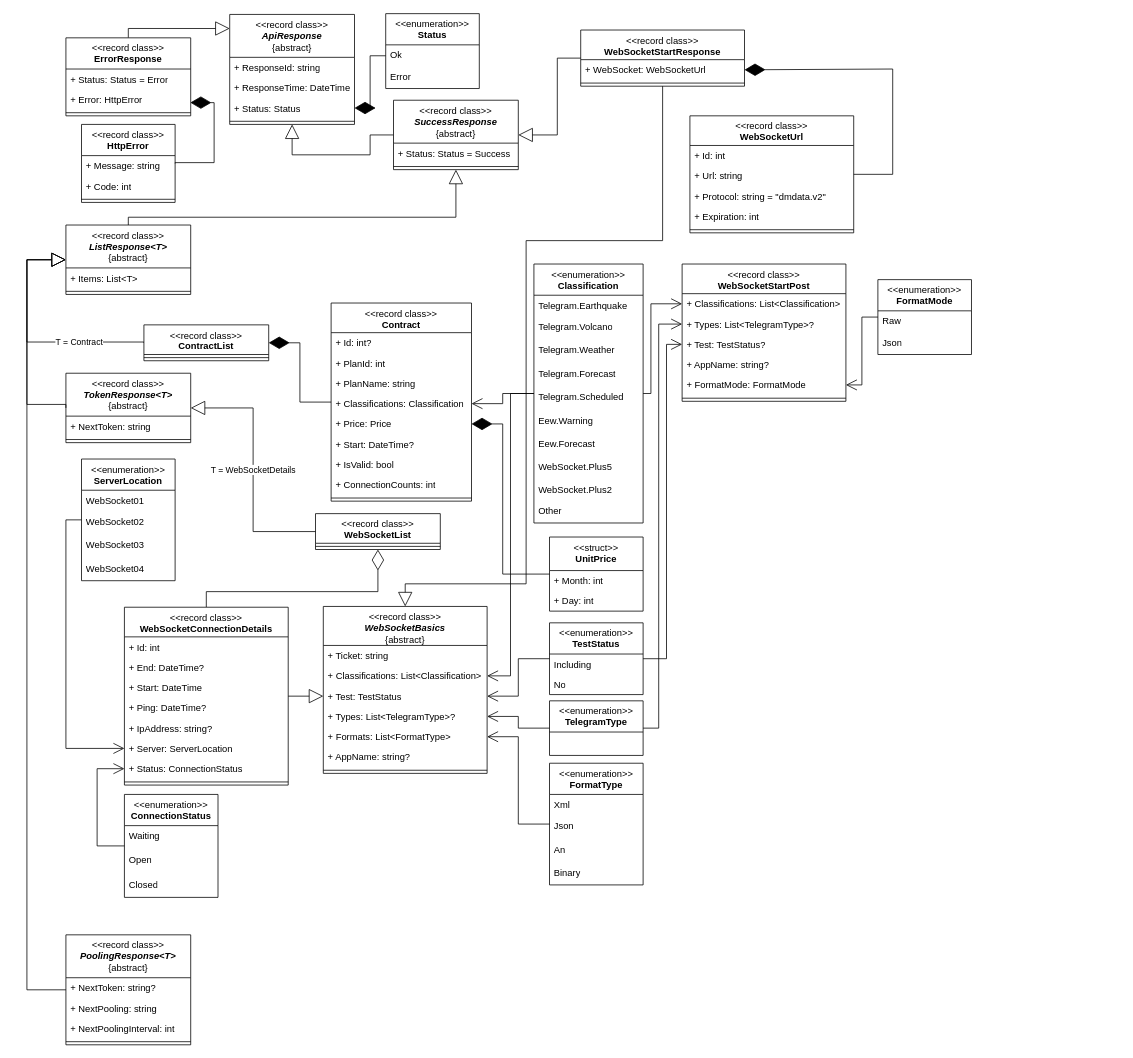
This is img/class-http.drawio from EasonSYC/a-level-computing-coursework, a draw.io file, before an edit. Source tidied: cells renumbered, new cells numbered last; positions are measured from the earlier drawing's top-left corner, leaving out a move shared by most shapes. Both pictures are drawn from the tidied source at 78%, with x=0, y=0 at pixel (27, 13).
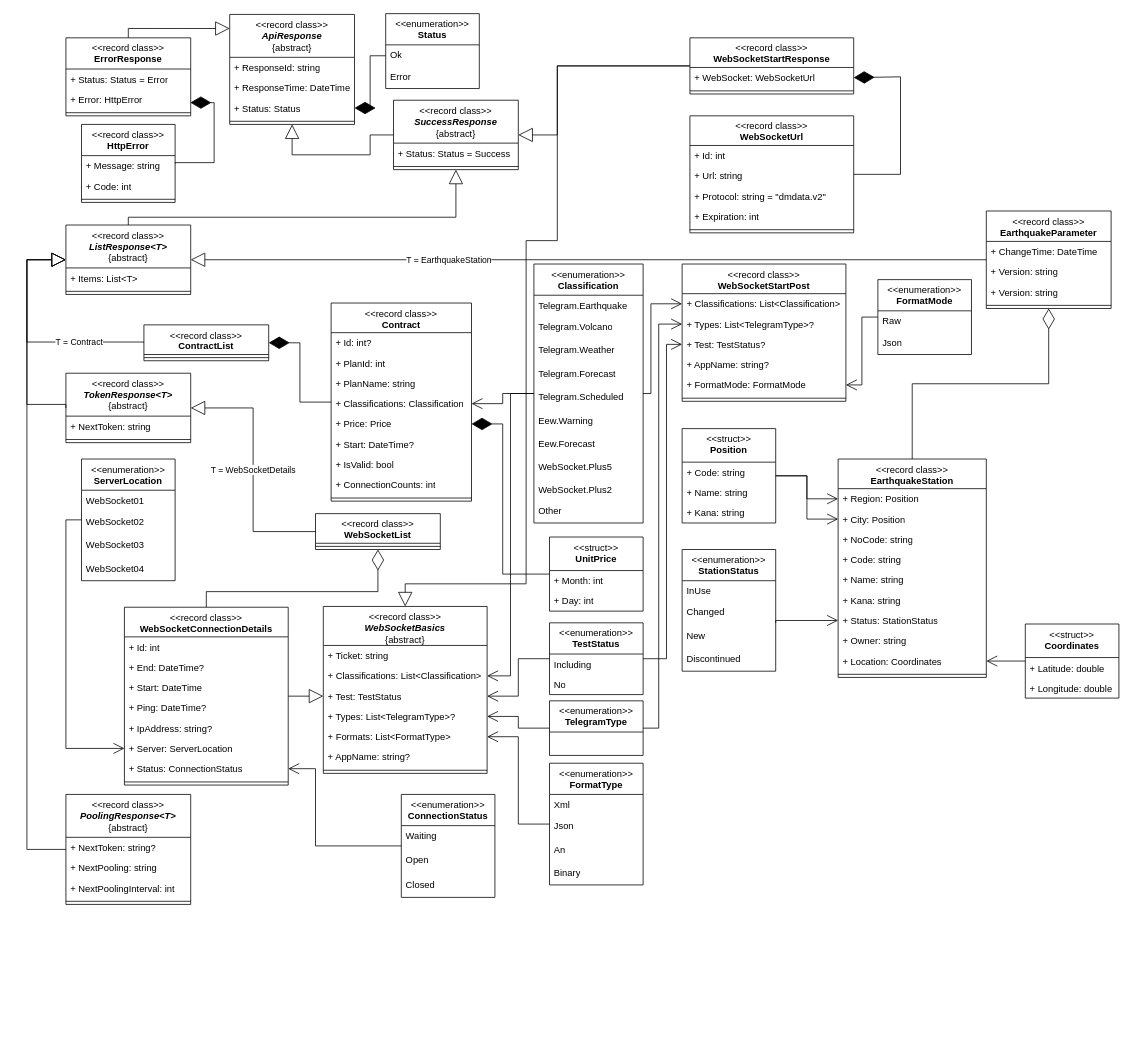
The same page after the edit.

The change refers to these unchanged cells:
```xml
<mxCell id="39" value="&amp;lt;&amp;lt;record class&amp;gt;&amp;gt;&lt;br&gt;&lt;b&gt;&lt;i&gt;ListResponse&amp;lt;T&amp;gt;&lt;/i&gt;&lt;/b&gt;&lt;br&gt;{abstract}" style="swimlane;fontStyle=0;align=center;verticalAlign=top;horizontal=1;startSize=55;html=1;whiteSpace=wrap;" parent="1" vertex="1">
  <mxGeometry x="50" y="271" width="160" height="89" as="geometry" />
</mxCell>
<mxCell id="67" value="&amp;lt;&amp;lt;record class&amp;gt;&amp;gt;&lt;br&gt;&lt;b&gt;&lt;i&gt;WebSocketBasics&lt;/i&gt;&lt;/b&gt;&lt;div&gt;{abstract}&lt;/div&gt;" style="swimlane;fontStyle=0;align=center;verticalAlign=top;horizontal=1;startSize=50;html=1;whiteSpace=wrap;" parent="1" vertex="1">
  <mxGeometry x="380" y="760" width="210" height="214" as="geometry" />
</mxCell>
<mxCell id="107" value="+ Status: ConnectionStatus" style="text;strokeColor=none;fillColor=none;align=left;verticalAlign=top;spacingLeft=4;spacingRight=4;overflow=hidden;points=[[0,0.5],[1,0.5]];portConstraint=eastwest;whiteSpace=wrap;html=1;" parent="100" vertex="1">
  <mxGeometry y="194" width="210" height="26" as="geometry" />
</mxCell>
<mxCell id="109" value="&amp;lt;&amp;lt;record class&amp;gt;&amp;gt;&lt;br&gt;&lt;b&gt;WebSocketUrl&lt;/b&gt;" style="swimlane;fontStyle=0;align=center;verticalAlign=top;horizontal=1;startSize=38;html=1;whiteSpace=wrap;" parent="1" vertex="1">
  <mxGeometry x="850" y="131" width="210" height="150" as="geometry" />
</mxCell>
<mxCell id="136" value="+ WebSocket: WebSocketUrl" style="text;strokeColor=none;fillColor=none;align=left;verticalAlign=top;spacingLeft=4;spacingRight=4;overflow=hidden;points=[[0,0.5],[1,0.5]];portConstraint=eastwest;whiteSpace=wrap;html=1;" parent="135" vertex="1">
  <mxGeometry y="38" width="210" height="26" as="geometry" />
</mxCell>
```

What changed in the source:
```diff
@@
     <mxCell id="58" value="&amp;lt;&amp;lt;record class&amp;gt;&amp;gt;&lt;br&gt;&lt;div&gt;&lt;b&gt;&lt;i&gt;PoolingResponse&amp;lt;T&amp;gt;&lt;/i&gt;&lt;/b&gt;&lt;br&gt;{abstract}&lt;/div&gt;" style="swimlane;fontStyle=0;align=center;verticalAlign=top;horizontal=1;startSize=55;html=1;whiteSpace=wrap;" parent="1" vertex="1">
-      <mxGeometry x="50" y="1181" width="160" height="141" as="geometry" />
+      <mxGeometry x="50" y="1001" width="160" height="141" as="geometry" />
     </mxCell>
@@
     <mxCell id="63" style="endArrow=block;endSize=16;endFill=0;html=1;rounded=0;exitX=0;exitY=0.5;exitDx=0;exitDy=0;entryX=0;entryY=0.5;entryDx=0;entryDy=0;edgeStyle=orthogonalEdgeStyle;" parent="1" edge="1" source="58" target="39">
       <mxGeometry relative="1" as="geometry">
         <Array as="points">
-          <mxPoint y="1252" />
+          <mxPoint y="1072" />
           <mxPoint y="316" />
         </Array>
       </mxGeometry>
     </mxCell>
@@
     <mxCell id="80" value="&amp;lt;&amp;lt;enumeration&amp;gt;&amp;gt;&lt;br&gt;&lt;b&gt;ConnectionStatus&lt;/b&gt;" style="swimlane;fontStyle=0;align=center;verticalAlign=top;horizontal=1;startSize=40;html=1;whiteSpace=wrap;" parent="1" vertex="1">
-      <mxGeometry x="125" y="1001" width="120" height="132" as="geometry" />
+      <mxGeometry x="480" y="1001" width="120" height="132" as="geometry" />
     </mxCell>
@@
-    <mxCell id="85" style="endArrow=open;endFill=1;endSize=12;html=1;rounded=0;exitX=0;exitY=0.5;exitDx=0;exitDy=0;entryX=0;entryY=0.5;entryDx=0;entryDy=0;edgeStyle=orthogonalEdgeStyle;" parent="1" edge="1" source="80" target="107">
+    <mxCell id="85" style="endArrow=open;endFill=1;endSize=12;html=1;rounded=0;exitX=0;exitY=0.5;exitDx=0;exitDy=0;entryX=1;entryY=0.5;entryDx=0;entryDy=0;edgeStyle=orthogonalEdgeStyle;" parent="1" edge="1" source="80" target="107">
       <mxGeometry relative="1" as="geometry">
         <Array as="points">
-          <mxPoint x="90" y="1067" />
-          <mxPoint x="90" y="968" />
+          <mxPoint x="370" y="1067" />
+          <mxPoint x="370" y="968" />
         </Array>
       </mxGeometry>
     </mxCell>
@@
     <mxCell id="135" value="&amp;lt;&amp;lt;record class&amp;gt;&amp;gt;&lt;br&gt;&lt;b&gt;WebSocketStartResponse&lt;/b&gt;" style="swimlane;fontStyle=0;align=center;verticalAlign=top;horizontal=1;startSize=38;html=1;whiteSpace=wrap;" parent="1" vertex="1">
-      <mxGeometry x="710" y="21" width="210" height="72" as="geometry" />
+      <mxGeometry x="850" y="31" width="210" height="72" as="geometry" />
     </mxCell>
@@
     <mxCell id="139" style="endArrow=diamondThin;endFill=1;endSize=24;html=1;rounded=0;entryX=1;entryY=0.5;entryDx=0;entryDy=0;edgeStyle=orthogonalEdgeStyle;exitX=1;exitY=0.5;exitDx=0;exitDy=0;" parent="1" edge="1" source="109" target="136">
       <mxGeometry relative="1" as="geometry">
         <Array as="points">
-          <mxPoint x="1110" y="206" />
-          <mxPoint x="1110" y="71" />
+          <mxPoint x="1120" y="206" />
+          <mxPoint x="1120" y="81" />
+          <mxPoint x="1060" y="81" />
         </Array>
       </mxGeometry>
     </mxCell>
-    <mxCell id="140" style="endArrow=block;endSize=16;endFill=0;html=1;rounded=0;entryX=0.5;entryY=0;entryDx=0;entryDy=0;edgeStyle=orthogonalEdgeStyle;exitX=0.5;exitY=1;exitDx=0;exitDy=0;" parent="1" edge="1" source="135" target="67">
+    <mxCell id="140" style="endArrow=block;endSize=16;endFill=0;html=1;rounded=0;entryX=0.5;entryY=0;entryDx=0;entryDy=0;edgeStyle=orthogonalEdgeStyle;" parent="1" edge="1" target="67">
       <mxGeometry relative="1" as="geometry">
+        <mxPoint x="850" y="67" as="sourcePoint" />
         <Array as="points">
-          <mxPoint x="815" y="291" />
+          <mxPoint x="680" y="67" />
+          <mxPoint x="680" y="291" />
           <mxPoint x="640" y="291" />
           <mxPoint x="640" y="731" />
           <mxPoint x="485" y="731" />
         </Array>
       </mxGeometry>
     </mxCell>
+    <mxCell id="141" value="&amp;lt;&amp;lt;record class&amp;gt;&amp;gt;&lt;br&gt;&lt;b&gt;EarthquakeStation&lt;/b&gt;" style="swimlane;fontStyle=0;align=center;verticalAlign=top;horizontal=1;startSize=38;html=1;whiteSpace=wrap;" parent="1" vertex="1">
+      <mxGeometry x="1040" y="571" width="190" height="280" as="geometry" />
+    </mxCell>
+    <mxCell id="142" value="+ Region: Position" style="text;strokeColor=none;fillColor=none;align=left;verticalAlign=top;spacingLeft=4;spacingRight=4;overflow=hidden;points=[[0,0.5],[1,0.5]];portConstraint=eastwest;whiteSpace=wrap;html=1;" parent="141" vertex="1">
+      <mxGeometry y="38" width="190" height="26" as="geometry" />
+    </mxCell>
+    <mxCell id="143" value="+ City: Position" style="text;strokeColor=none;fillColor=none;align=left;verticalAlign=top;spacingLeft=4;spacingRight=4;overflow=hidden;points=[[0,0.5],[1,0.5]];portConstraint=eastwest;whiteSpace=wrap;html=1;" parent="141" vertex="1">
+      <mxGeometry y="64" width="190" height="26" as="geometry" />
+    </mxCell>
+    <mxCell id="144" value="+ NoCode: string" style="text;strokeColor=none;fillColor=none;align=left;verticalAlign=top;spacingLeft=4;spacingRight=4;overflow=hidden;whiteSpace=wrap;html=1;" parent="141" vertex="1">
+      <mxGeometry y="90" width="190" height="26" as="geometry" />
+    </mxCell>
+    <mxCell id="145" value="+ Code: string" style="text;strokeColor=none;fillColor=none;align=left;verticalAlign=top;spacingLeft=4;spacingRight=4;overflow=hidden;whiteSpace=wrap;html=1;" parent="141" vertex="1">
+      <mxGeometry y="116" width="190" height="26" as="geometry" />
+    </mxCell>
+    <mxCell id="146" value="+ Name: string" style="text;strokeColor=none;fillColor=none;align=left;verticalAlign=top;spacingLeft=4;spacingRight=4;overflow=hidden;whiteSpace=wrap;html=1;" parent="141" vertex="1">
+      <mxGeometry y="142" width="190" height="26" as="geometry" />
+    </mxCell>
+    <mxCell id="147" value="+ Kana: string" style="text;strokeColor=none;fillColor=none;align=left;verticalAlign=top;spacingLeft=4;spacingRight=4;overflow=hidden;whiteSpace=wrap;html=1;" parent="141" vertex="1">
+      <mxGeometry y="168" width="190" height="26" as="geometry" />
+    </mxCell>
+    <mxCell id="148" value="+ Status: StationStatus" style="text;strokeColor=none;fillColor=none;align=left;verticalAlign=top;spacingLeft=4;spacingRight=4;overflow=hidden;points=[[0,0.5],[1,0.5]];portConstraint=eastwest;whiteSpace=wrap;html=1;" parent="141" vertex="1">
+      <mxGeometry y="194" width="190" height="26" as="geometry" />
+    </mxCell>
+    <mxCell id="149" value="+ Owner: string" style="text;strokeColor=none;fillColor=none;align=left;verticalAlign=top;spacingLeft=4;spacingRight=4;overflow=hidden;whiteSpace=wrap;html=1;" parent="141" vertex="1">
+      <mxGeometry y="220" width="190" height="26" as="geometry" />
+    </mxCell>
+    <mxCell id="150" value="+ Location: Coordinates" style="text;strokeColor=none;fillColor=none;align=left;verticalAlign=top;spacingLeft=4;spacingRight=4;overflow=hidden;points=[[0,0.5],[1,0.5]];portConstraint=eastwest;whiteSpace=wrap;html=1;" parent="141" vertex="1">
+      <mxGeometry y="246" width="190" height="26" as="geometry" />
+    </mxCell>
+    <mxCell id="151" style="line;strokeWidth=1;fillColor=none;align=left;verticalAlign=middle;spacingTop=-1;spacingLeft=3;spacingRight=3;labelPosition=right;" parent="141" vertex="1">
+      <mxGeometry y="272" width="190" height="8" as="geometry" />
+    </mxCell>
+    <mxCell id="152" value="&amp;lt;&amp;lt;record class&amp;gt;&amp;gt;&lt;b&gt;&lt;br&gt;EarthquakeParameter&lt;/b&gt;" style="swimlane;fontStyle=0;align=center;verticalAlign=top;horizontal=1;startSize=39;html=1;whiteSpace=wrap;" parent="1" vertex="1">
+      <mxGeometry x="1230" y="253" width="160" height="125" as="geometry" />
+    </mxCell>
+    <mxCell id="153" value="+ ChangeTime: DateTime" style="text;strokeColor=none;fillColor=none;align=left;verticalAlign=top;spacingLeft=4;spacingRight=4;overflow=hidden;whiteSpace=wrap;html=1;" parent="152" vertex="1">
+      <mxGeometry y="39" width="160" height="26" as="geometry" />
+    </mxCell>
+    <mxCell id="154" value="+ Version: string" style="text;strokeColor=none;fillColor=none;align=left;verticalAlign=top;spacingLeft=4;spacingRight=4;overflow=hidden;whiteSpace=wrap;html=1;" parent="152" vertex="1">
+      <mxGeometry y="65" width="160" height="26" as="geometry" />
+    </mxCell>
+    <mxCell id="155" value="+ Version: string" style="text;strokeColor=none;fillColor=none;align=left;verticalAlign=top;spacingLeft=4;spacingRight=4;overflow=hidden;whiteSpace=wrap;html=1;" parent="152" vertex="1">
+      <mxGeometry y="91" width="160" height="26" as="geometry" />
+    </mxCell>
+    <mxCell id="156" style="line;strokeWidth=1;fillColor=none;align=left;verticalAlign=middle;spacingTop=-1;spacingLeft=3;spacingRight=3;labelPosition=right;" parent="152" vertex="1">
+      <mxGeometry y="117" width="160" height="8" as="geometry" />
+    </mxCell>
+    <mxCell id="157" value="T = EarthquakeStation" style="endArrow=block;endSize=16;endFill=0;html=1;rounded=0;exitX=0;exitY=0.5;exitDx=0;exitDy=0;entryX=1;entryY=0.5;entryDx=0;entryDy=0;" parent="1" edge="1" source="152" target="39">
+      <mxGeometry x="0.35" relative="1" as="geometry" />
+    </mxCell>
+    <mxCell id="158" value="&amp;lt;&amp;lt;enumeration&amp;gt;&amp;gt;&lt;br&gt;&lt;b&gt;StationStatus&lt;/b&gt;" style="swimlane;fontStyle=0;align=center;verticalAlign=top;horizontal=1;startSize=40;html=1;whiteSpace=wrap;" parent="1" vertex="1">
+      <mxGeometry x="840" y="687" width="120" height="156" as="geometry" />
+    </mxCell>
+    <mxCell id="159" value="InUse" style="text;strokeColor=none;fillColor=none;align=left;verticalAlign=top;spacingLeft=4;spacingRight=4;overflow=hidden;whiteSpace=wrap;html=1;" parent="158" vertex="1">
+      <mxGeometry y="40" width="120" height="26" as="geometry" />
+    </mxCell>
+    <mxCell id="160" value="Changed" style="text;html=1;strokeColor=none;fillColor=none;align=left;verticalAlign=middle;spacingLeft=4;spacingRight=4;overflow=hidden;whiteSpace=wrap;" parent="158" vertex="1">
+      <mxGeometry y="66" width="120" height="30" as="geometry" />
+    </mxCell>
+    <mxCell id="161" value="New" style="text;html=1;strokeColor=none;fillColor=none;align=left;verticalAlign=middle;spacingLeft=4;spacingRight=4;overflow=hidden;whiteSpace=wrap;" parent="158" vertex="1">
+      <mxGeometry y="96" width="120" height="30" as="geometry" />
+    </mxCell>
+    <mxCell id="162" value="Discontinued" style="text;html=1;strokeColor=none;fillColor=none;align=left;verticalAlign=middle;spacingLeft=4;spacingRight=4;overflow=hidden;whiteSpace=wrap;" parent="158" vertex="1">
+      <mxGeometry y="126" width="120" height="30" as="geometry" />
+    </mxCell>
+    <mxCell id="163" style="endArrow=open;endFill=1;endSize=12;html=1;rounded=0;entryX=0;entryY=0.5;entryDx=0;entryDy=0;edgeStyle=orthogonalEdgeStyle;" parent="1" edge="1" target="148">
+      <mxGeometry relative="1" as="geometry">
+        <mxPoint x="960" y="781" as="sourcePoint" />
+        <Array as="points">
+          <mxPoint x="960" y="778" />
+        </Array>
+      </mxGeometry>
+    </mxCell>
+    <mxCell id="164" value="&amp;lt;&amp;lt;struct&amp;gt;&amp;gt;&lt;br&gt;&lt;b&gt;Position&lt;/b&gt;" style="swimlane;fontStyle=0;align=center;verticalAlign=top;horizontal=1;startSize=43;html=1;whiteSpace=wrap;" parent="1" vertex="1">
+      <mxGeometry x="840" y="532" width="120" height="121" as="geometry" />
+    </mxCell>
+    <mxCell id="165" value="+ Code: string" style="text;strokeColor=none;fillColor=none;align=left;verticalAlign=top;spacingLeft=4;spacingRight=4;overflow=hidden;whiteSpace=wrap;html=1;" parent="164" vertex="1">
+      <mxGeometry y="43" width="120" height="26" as="geometry" />
+    </mxCell>
+    <mxCell id="166" value="+ Name: string" style="text;strokeColor=none;fillColor=none;align=left;verticalAlign=top;spacingLeft=4;spacingRight=4;overflow=hidden;whiteSpace=wrap;html=1;" parent="164" vertex="1">
+      <mxGeometry y="69" width="120" height="26" as="geometry" />
+    </mxCell>
+    <mxCell id="167" value="+ Kana: string" style="text;strokeColor=none;fillColor=none;align=left;verticalAlign=top;spacingLeft=4;spacingRight=4;overflow=hidden;whiteSpace=wrap;html=1;" parent="164" vertex="1">
+      <mxGeometry y="95" width="120" height="26" as="geometry" />
+    </mxCell>
+    <mxCell id="168" style="endArrow=open;endFill=1;endSize=12;html=1;rounded=0;entryX=0;entryY=0.5;entryDx=0;entryDy=0;exitX=1;exitY=0.5;exitDx=0;exitDy=0;edgeStyle=orthogonalEdgeStyle;" parent="1" edge="1" source="164" target="142">
+      <mxGeometry relative="1" as="geometry" />
+    </mxCell>
+    <mxCell id="169" style="endArrow=open;endFill=1;endSize=12;html=1;rounded=0;entryX=0;entryY=0.5;entryDx=0;entryDy=0;exitX=1;exitY=0.5;exitDx=0;exitDy=0;edgeStyle=orthogonalEdgeStyle;" parent="1" edge="1" source="164" target="143">
+      <mxGeometry relative="1" as="geometry" />
+    </mxCell>
+    <mxCell id="170" value="&amp;lt;&amp;lt;struct&amp;gt;&amp;gt;&lt;br&gt;&lt;b&gt;Coordinates&lt;/b&gt;" style="swimlane;fontStyle=0;align=center;verticalAlign=top;horizontal=1;startSize=43;html=1;whiteSpace=wrap;" parent="1" vertex="1">
+      <mxGeometry x="1280" y="782.5" width="120" height="95" as="geometry" />
+    </mxCell>
+    <mxCell id="171" value="+ Latitude: double" style="text;strokeColor=none;fillColor=none;align=left;verticalAlign=top;spacingLeft=4;spacingRight=4;overflow=hidden;whiteSpace=wrap;html=1;" parent="170" vertex="1">
+      <mxGeometry y="43" width="120" height="26" as="geometry" />
+    </mxCell>
+    <mxCell id="172" value="+ Longitude: double" style="text;strokeColor=none;fillColor=none;align=left;verticalAlign=top;spacingLeft=4;spacingRight=4;overflow=hidden;whiteSpace=wrap;html=1;" parent="170" vertex="1">
+      <mxGeometry y="69" width="120" height="26" as="geometry" />
+    </mxCell>
+    <mxCell id="173" style="endArrow=open;endFill=1;endSize=12;html=1;rounded=0;exitX=0;exitY=0.5;exitDx=0;exitDy=0;entryX=1;entryY=0.5;entryDx=0;entryDy=0;" parent="1" edge="1" source="170" target="150">
+      <mxGeometry relative="1" as="geometry" />
+    </mxCell>
+    <mxCell id="174" style="endArrow=diamondThin;endFill=0;endSize=24;html=1;rounded=0;entryX=0.5;entryY=1;entryDx=0;entryDy=0;exitX=0.5;exitY=0;exitDx=0;exitDy=0;edgeStyle=orthogonalEdgeStyle;" parent="1" edge="1" source="141" target="152">
+      <mxGeometry relative="1" as="geometry" />
+    </mxCell>
```
